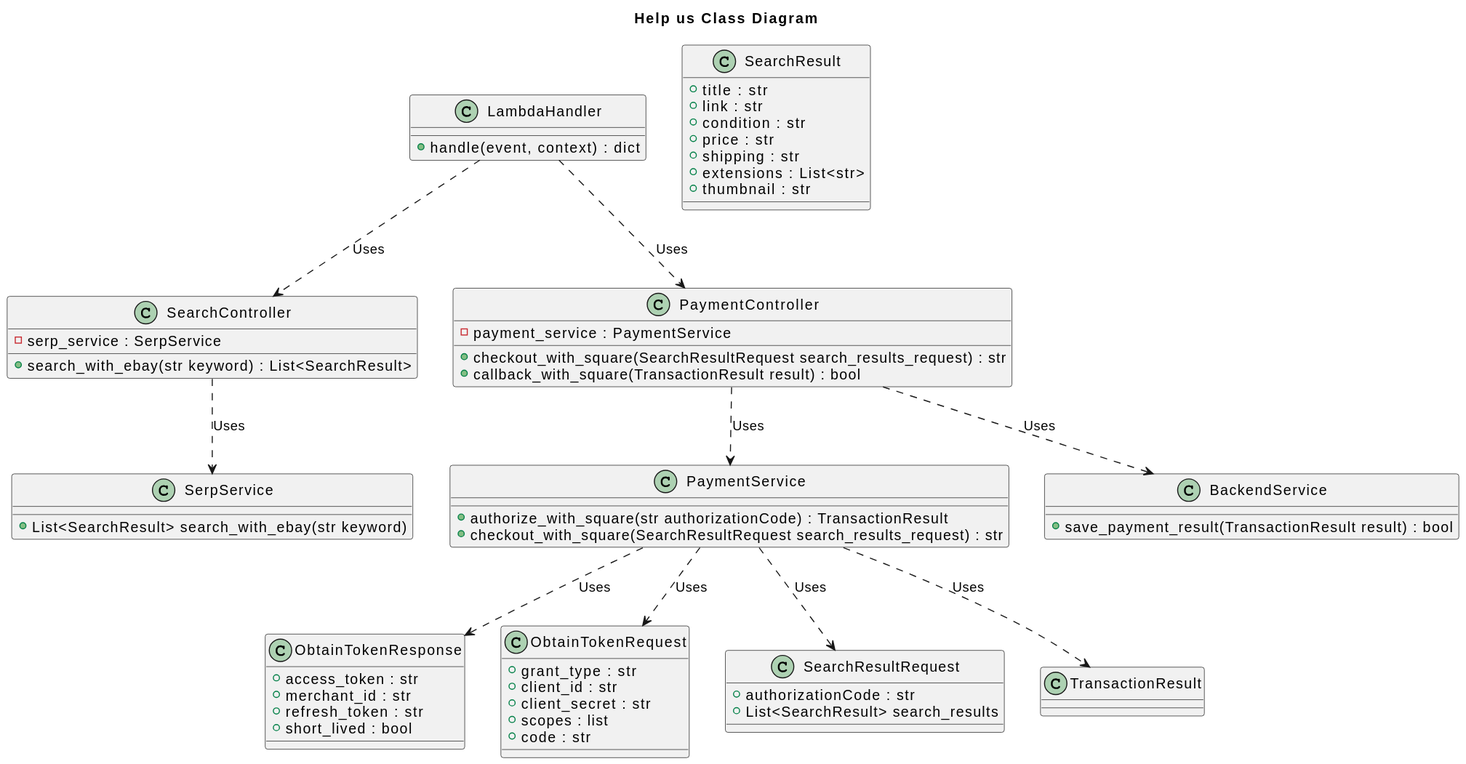
The PlantUML diagram diagrams/class_diagram_api.svg in help-us-app/help-us-architecture-diagrams, before a commit.
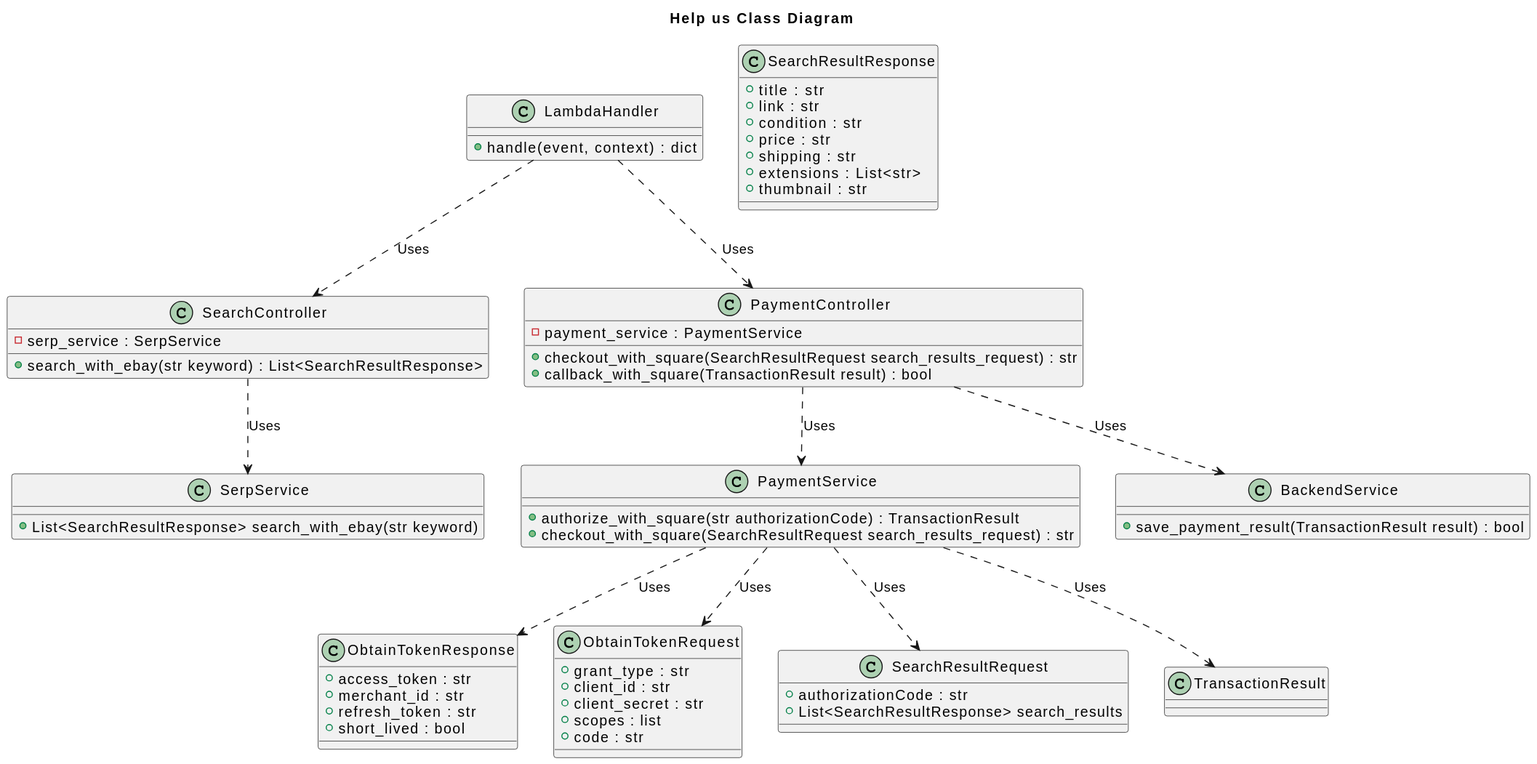
The same diagram one commit later.

Change to the diagram source:
```diff
@@ -18,13 +18,13 @@
 
 class SearchResultRequest {
     + authorizationCode : str
-    + List<SearchResult> search_results
+    + List<SearchResultResponse> search_results
 }
 
 class TransactionResult
 
 class SerpService {
-    + List<SearchResult> search_with_ebay(str keyword)
+    + List<SearchResultResponse> search_with_ebay(str keyword)
 }
 
 class PaymentService {
@@ -36,7 +36,7 @@
     + save_payment_result(TransactionResult result) : bool
 }
 
-class SearchResult {
+class SearchResultResponse {
     + title : str
     + link : str
     + condition : str
@@ -49,7 +49,7 @@
 
 class SearchController {
     - serp_service : SerpService
-    + search_with_ebay(str keyword) : List<SearchResult>
+    + search_with_ebay(str keyword) : List<SearchResultResponse>
 }
 
 class PaymentController {
```
